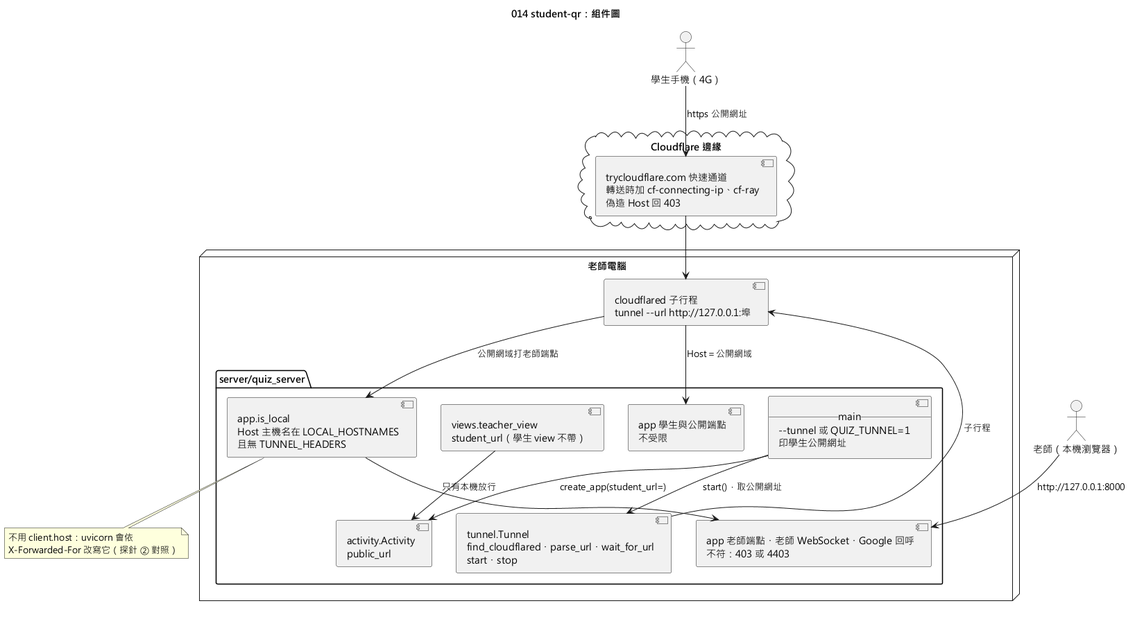
Earlier version of the PlantUML export diagrams/014-student-qr-component.png (yue083139/software_fin-speckit).
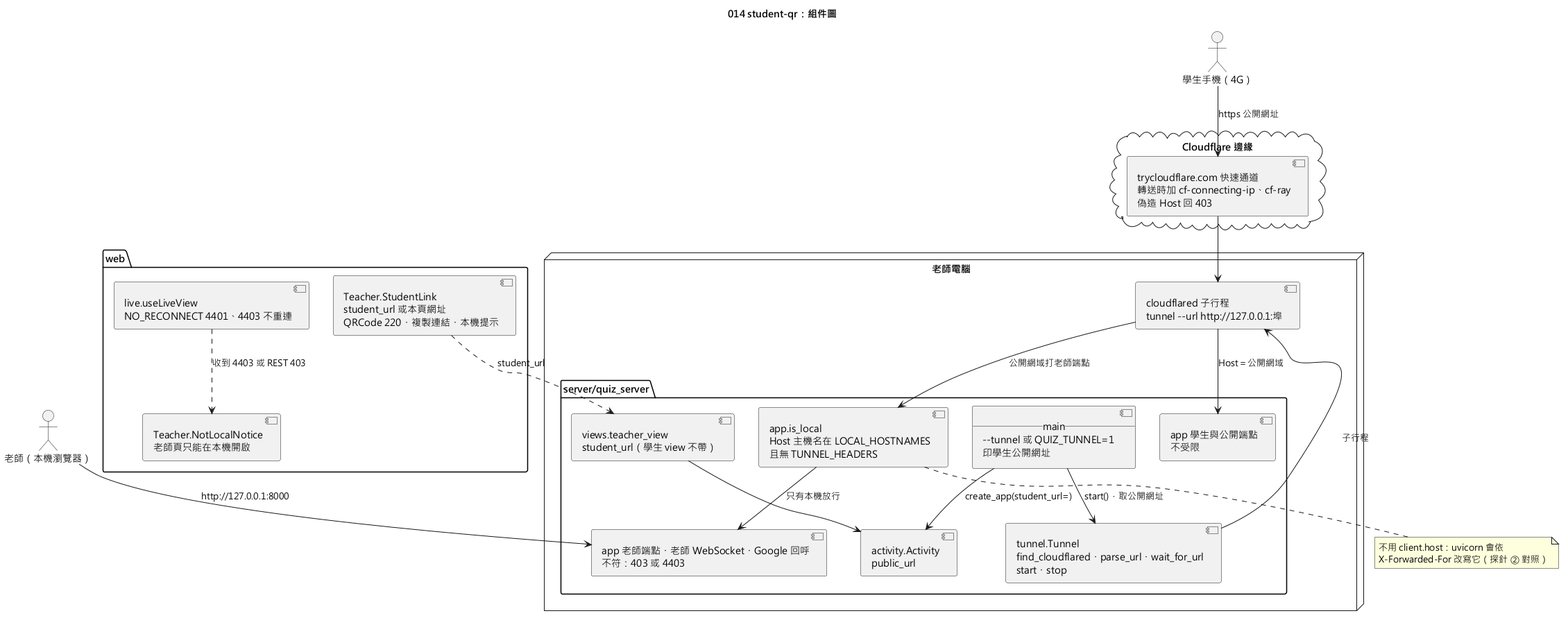
After the commit.

Change to the diagram source:
```diff
@@ -7,6 +7,12 @@
 
 cloud "Cloudflare 邊緣" {
   [trycloudflare.com 快速通道\n轉送時加 cf-connecting-ip、cf-ray\n偽造 Host 回 403] as Edge
+}
+
+package "web" {
+  [live.useLiveView\nNO_RECONNECT 4401、4403 不重連] as Live
+  [Teacher.StudentLink\nstudent_url 或本頁網址\nQRCode 220・複製連結・本機提示] as Link
+  [Teacher.NotLocalNotice\n老師頁只能在本機開啟] as NL
 }
 
 node "老師電腦" {
@@ -32,6 +38,8 @@
 CF --> Guard : 公開網域打老師端點
 Guard --> TeacherApi : 只有本機放行
 Teacher --> TeacherApi : http://127.0.0.1:8000
+Link ..> Views : student_url
+Live ..> NL : 收到 4403 或 REST 403
 note bottom of Guard
   不用 client.host：uvicorn 會依
   X-Forwarded-For 改寫它（探針 ② 對照）
```
